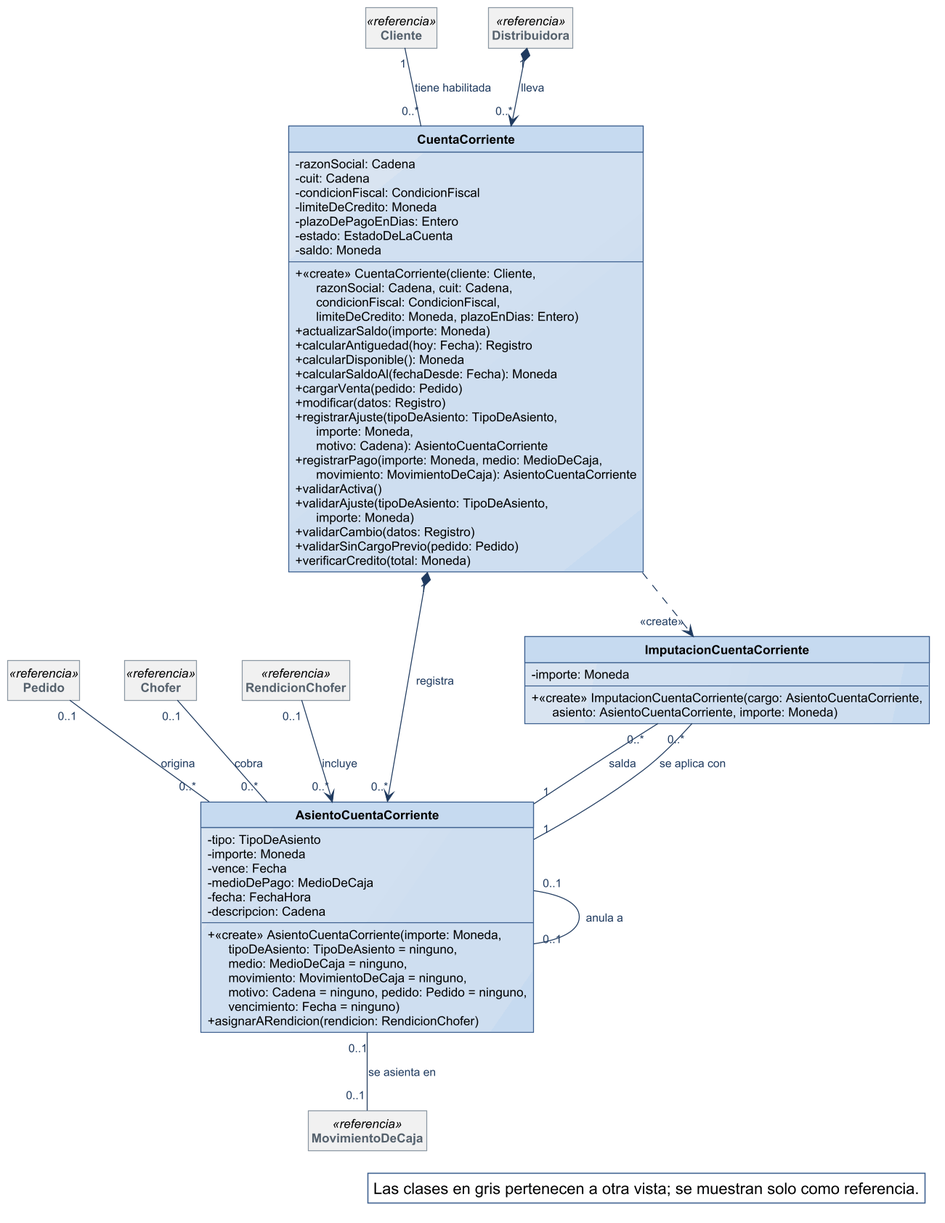
The PlantUML diagram diagramas/clases-diseno/DC_Cuentas-corrientes.png in Nahuelito-Dev/splg-docs, before a commit.
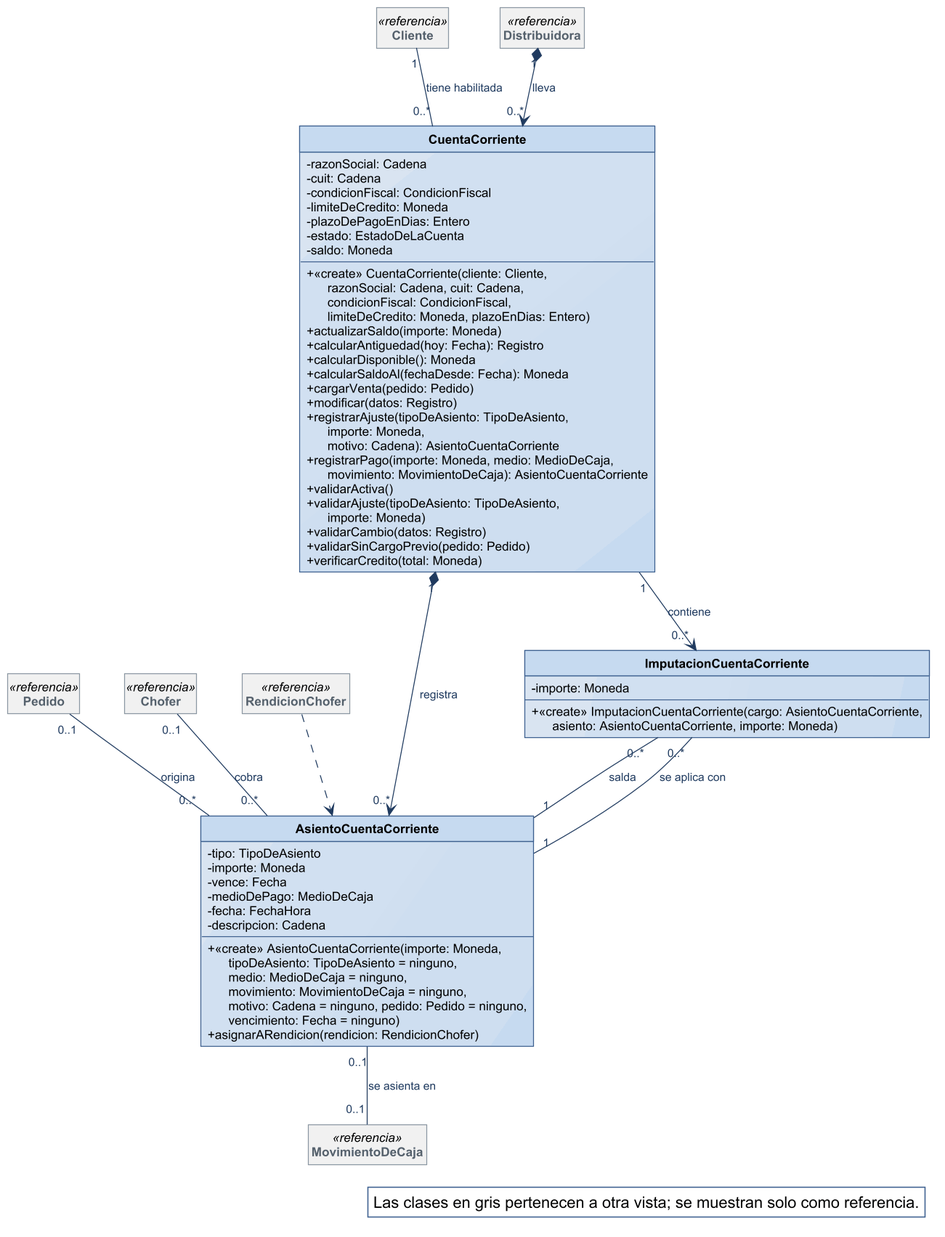
Later version of the same file.

The edit, as a diff of the source:
```diff
@@ -74,14 +74,13 @@
 Distribuidora "1" *--> "0..*" CuentaCorriente : lleva
 Cliente "1" -- "0..*" CuentaCorriente : tiene habilitada
 CuentaCorriente "1" *--> "0..*" AsientoCuentaCorriente : registra
+CuentaCorriente "1" --> "0..*" ImputacionCuentaCorriente : contiene
 Pedido "0..1" -- "0..*" AsientoCuentaCorriente : origina
 AsientoCuentaCorriente "0..1" -- "0..1" MovimientoDeCaja : se asienta en
 Chofer "0..1" -- "0..*" AsientoCuentaCorriente : cobra
-RendicionChofer "0..1" --> "0..*" AsientoCuentaCorriente : incluye
-AsientoCuentaCorriente "0..1" -- "0..1" AsientoCuentaCorriente : anula a
 ImputacionCuentaCorriente "0..*" -- "1" AsientoCuentaCorriente : salda
 ImputacionCuentaCorriente "0..*" -- "1" AsientoCuentaCorriente : se aplica con
-CuentaCorriente ..> "<<create>>" ImputacionCuentaCorriente
+RendicionChofer ..> AsientoCuentaCorriente
 
 legend bottom right
   Las clases en gris pertenecen a otra vista; se muestran solo como referencia.
```
